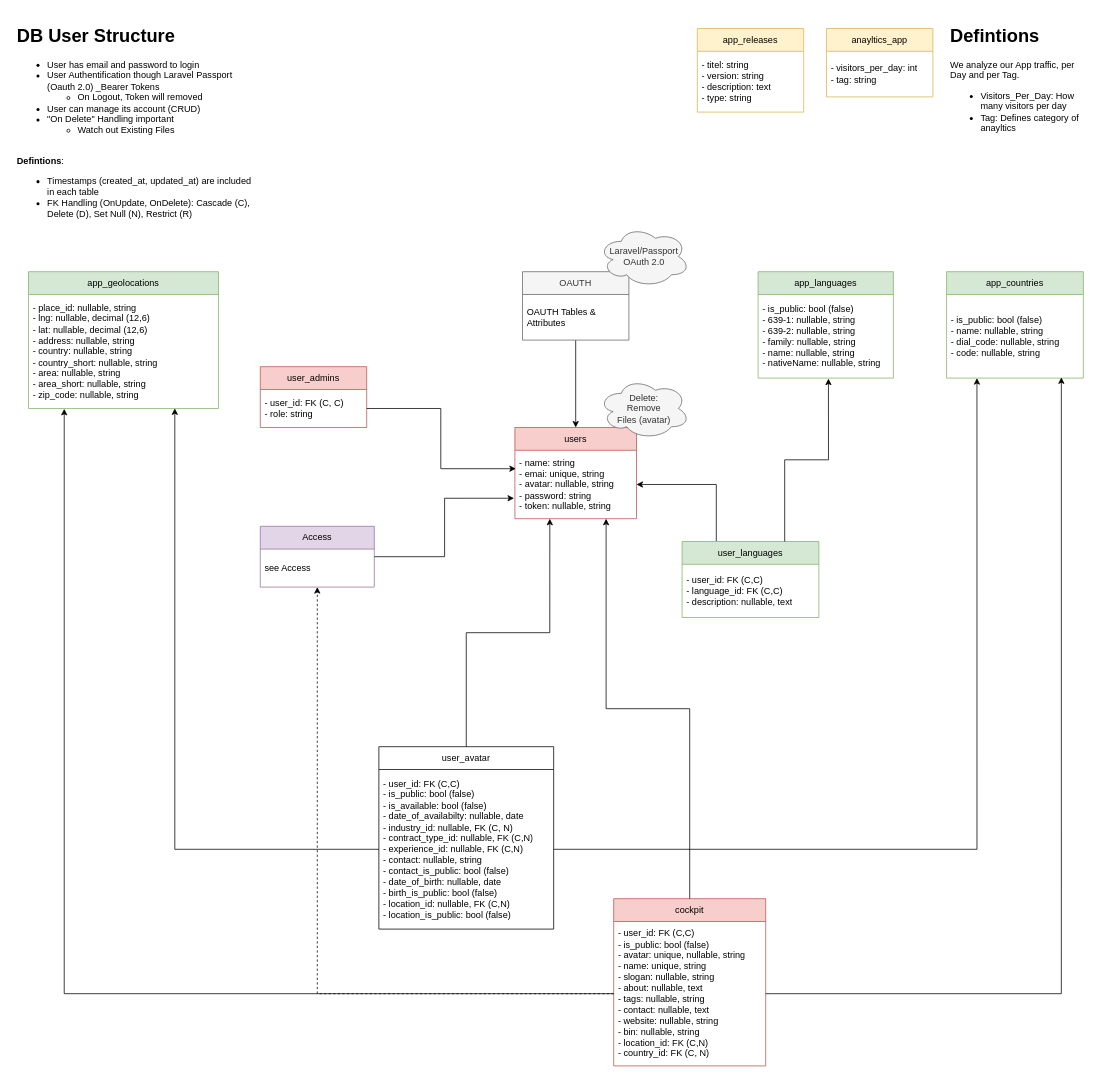
CarlsonBuma/laravel-quasar-template keeps this draw.io diagram as page "DB Structure" (1 of 6) of docs/Features/_archiv/01 - Useraccount - Kopie.drawio. Above is the earlier version. Source tidied: cells renumbered, new cells numbered last; positions are measured from the earlier drawing's top-left corner, leaving out a move shared by most shapes. Both pictures are drawn from the tidied source at 76%, with x=0, y=0 at pixel (13, 21).
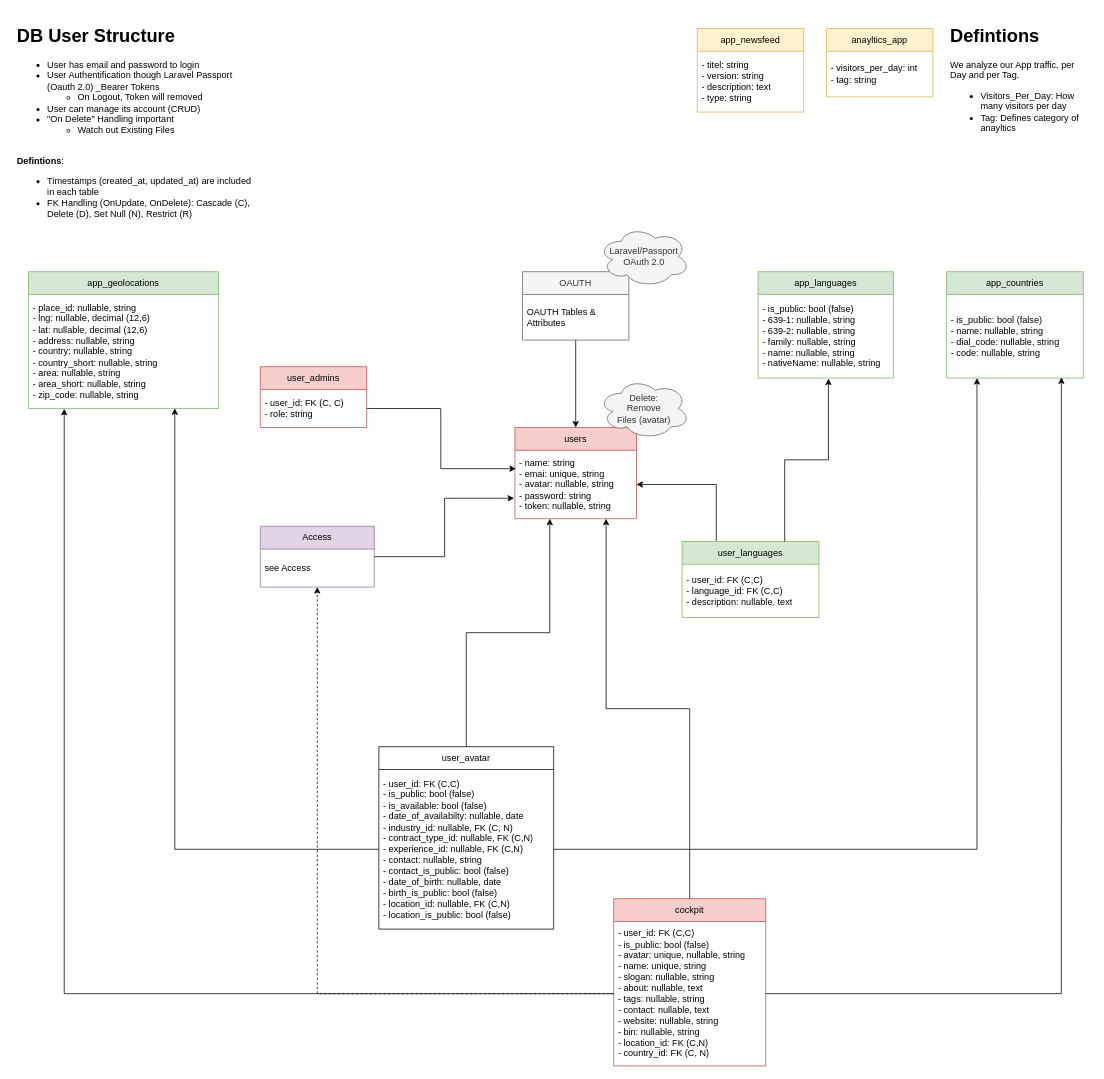
Above is the later version.

Change to the diagram source:
```diff
@@
-    <mxCell id="18" value="app_releases" style="swimlane;fontStyle=0;horizontal=1;startSize=30;whiteSpace=wrap;html=1;fillColor=#fff2cc;strokeColor=#d6b656;" parent="1" vertex="1">
+    <mxCell id="18" value="app_newsfeed" style="swimlane;fontStyle=0;horizontal=1;startSize=30;whiteSpace=wrap;html=1;fillColor=#fff2cc;strokeColor=#d6b656;" parent="1" vertex="1">
       <mxGeometry x="900" y="10" width="140" height="110" as="geometry" />
     </mxCell>
```
